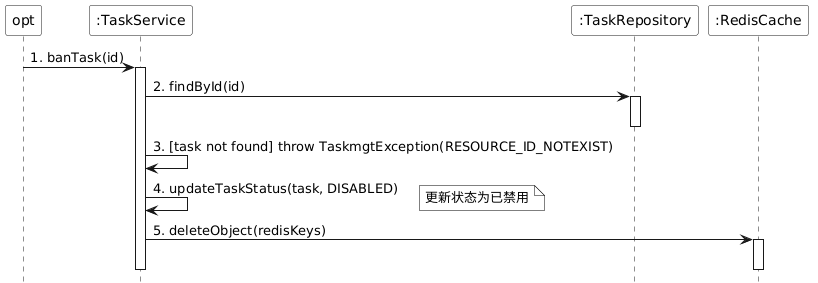
laborday922/RobotBackendManagementSystem keeps this PlantUML diagram as doc/taskmgt/png/sequence/banTaskSequence.png. Above is the earlier version.
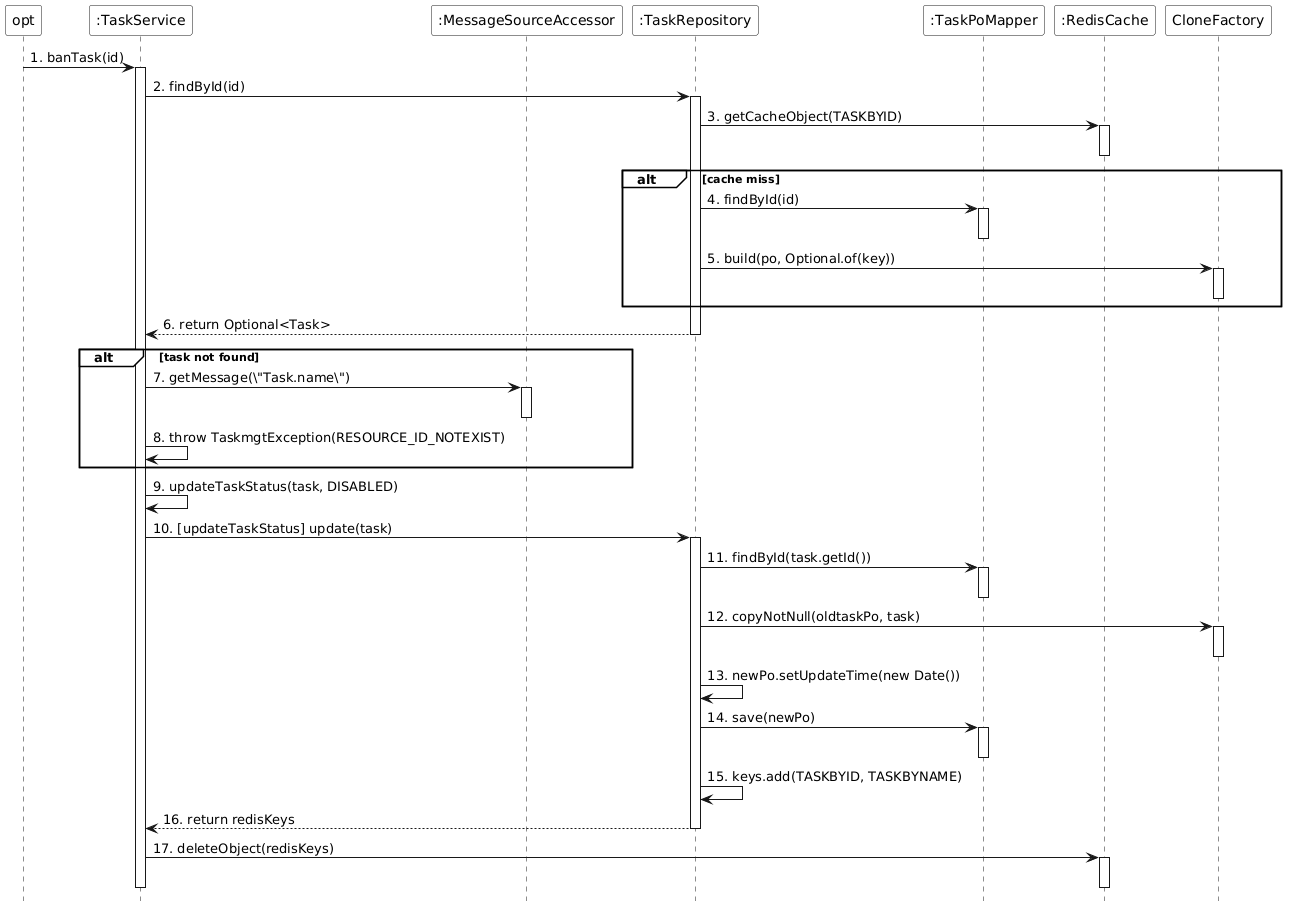
Above is the later version.

Change to the diagram source:
```diff
@@ -10,7 +10,9 @@
 
 participant "opt" as opt
 participant ":TaskService" as TaskService
+participant ":MessageSourceAccessor" as MessageSource
 participant ":TaskRepository" as TaskRepository
+participant ":TaskPoMapper" as TaskPoMapper
 participant ":RedisCache" as RedisCache
 
 opt -> TaskService : 1. banTask(id)
@@ -18,14 +20,52 @@
 
 TaskService -> TaskRepository : 2. findById(id)
 activate TaskRepository
+
+TaskRepository -> RedisCache : 3. getCacheObject(TASKBYID)
+activate RedisCache
+deactivate RedisCache
+
+alt cache miss
+    TaskRepository -> TaskPoMapper : 4. findById(id)
+    activate TaskPoMapper
+    deactivate TaskPoMapper
+    TaskRepository -> CloneFactory : 5. build(po, Optional.of(key))
+    activate CloneFactory
+    deactivate CloneFactory
+end
+
+TaskRepository --> TaskService : 6. return Optional<Task>
 deactivate TaskRepository
 
-TaskService -> TaskService : 3. [task not found] throw TaskmgtException(RESOURCE_ID_NOTEXIST)
+alt task not found
+    TaskService -> MessageSource : 7. getMessage(\"Task.name\")
+    activate MessageSource
+    deactivate MessageSource
+    TaskService -> TaskService : 8. throw TaskmgtException(RESOURCE_ID_NOTEXIST)
+end
 
-TaskService -> TaskService : 4. updateTaskStatus(task, DISABLED)
-note right : 更新状态为已禁用
+TaskService -> TaskService : 9. updateTaskStatus(task, DISABLED)
 
-TaskService -> RedisCache : 5. deleteObject(redisKeys)
+TaskService -> TaskRepository : 10. [updateTaskStatus] update(task)
+activate TaskRepository
+
+TaskRepository -> TaskPoMapper : 11. findById(task.getId())
+activate TaskPoMapper
+deactivate TaskPoMapper
+
+TaskRepository -> CloneFactory : 12. copyNotNull(oldtaskPo, task)
+activate CloneFactory
+deactivate CloneFactory
+TaskRepository -> TaskRepository : 13. newPo.setUpdateTime(new Date())
+TaskRepository -> TaskPoMapper : 14. save(newPo)
+activate TaskPoMapper
+deactivate TaskPoMapper
+
+TaskRepository -> TaskRepository : 15. keys.add(TASKBYID, TASKBYNAME)
+TaskRepository --> TaskService : 16. return redisKeys
+deactivate TaskRepository
+
+TaskService -> RedisCache : 17. deleteObject(redisKeys)
 activate RedisCache
 deactivate RedisCache
 
```
